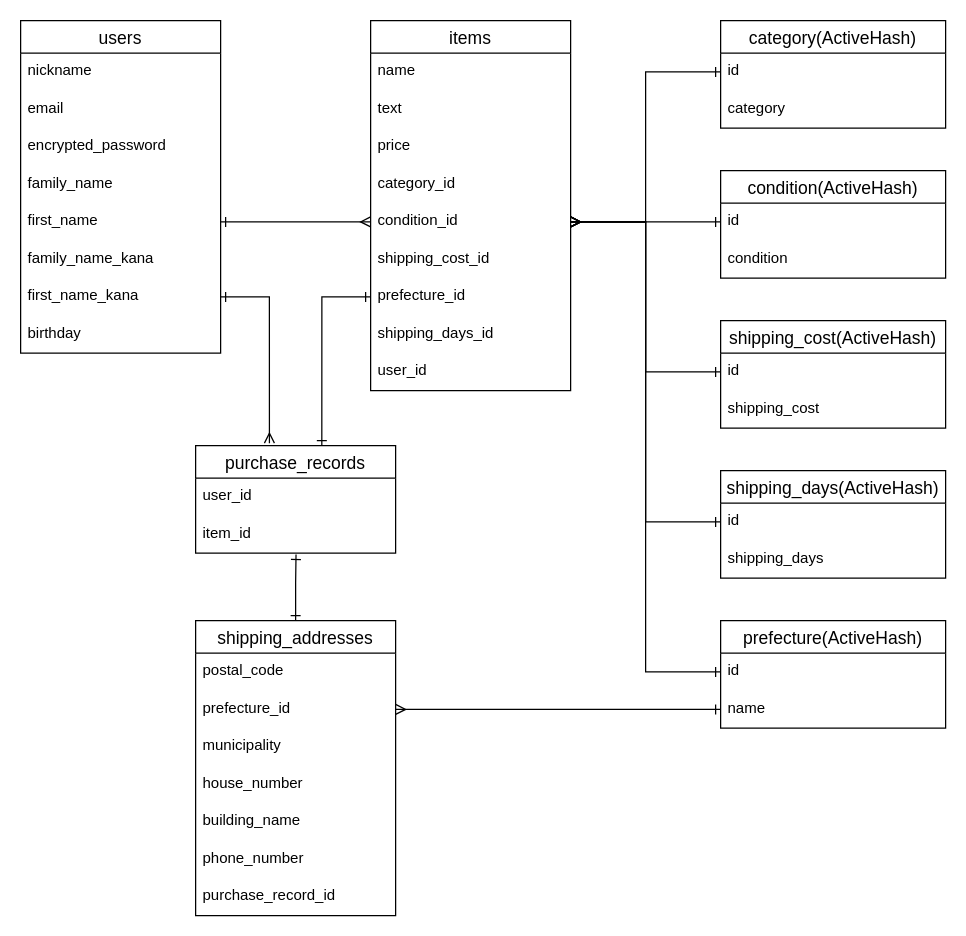
This is furima-36586.dio from Kana-Ma/furima-36586, a draw.io file, before an edit. Source tidied: cells renumbered, new cells numbered last; positions are measured from the earlier drawing's top-left corner, leaving out a move shared by most shapes. Both pictures are drawn from the tidied source at 125%, with x=0, y=0 at pixel (20, 20).
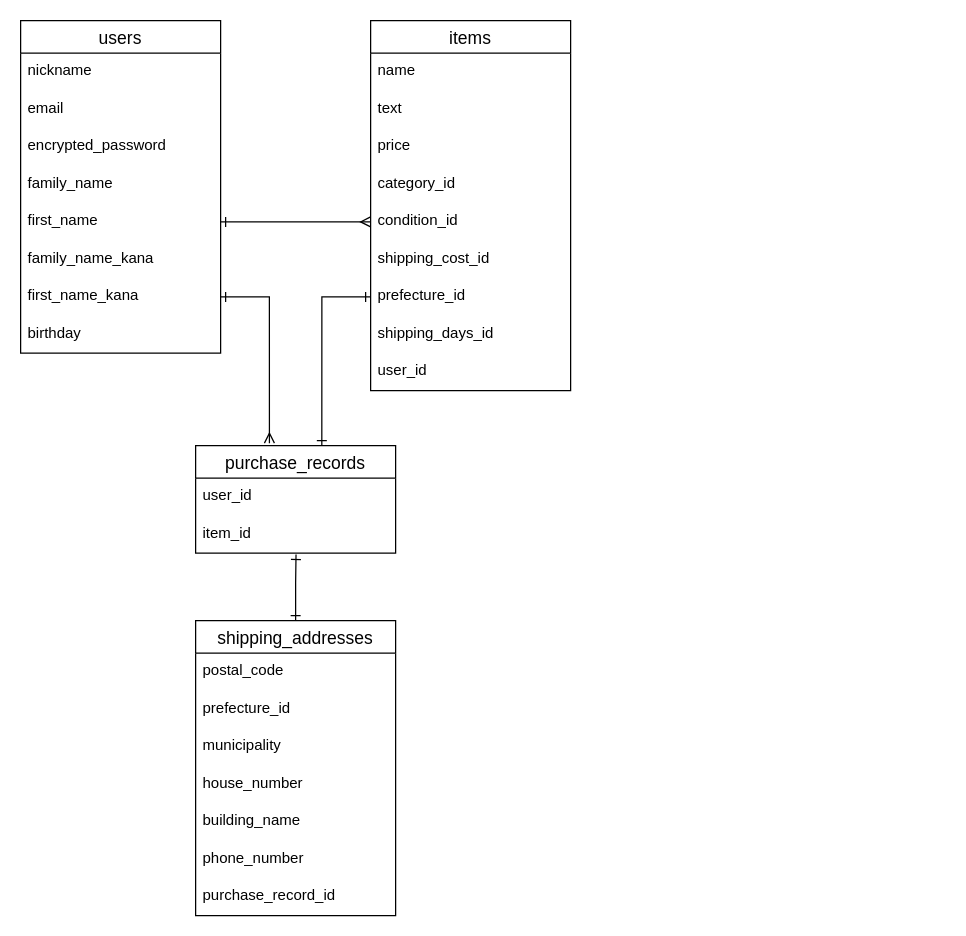
Above is the later version.

Commit message (it also covers changes not shown here):
READMEとER図を修正

The change refers to these unchanged cells:
```xml
<mxCell id="16" value="condition_id" style="text;strokeColor=none;fillColor=none;spacingLeft=4;spacingRight=4;overflow=hidden;points=[[0,0.5],[1,0.5]];portConstraint=eastwest;fontSize=12;" parent="11" vertex="1">
  <mxGeometry y="146" width="160" height="30" as="geometry" />
</mxCell>
<mxCell id="28" value="prefecture_id" style="text;strokeColor=none;fillColor=none;spacingLeft=4;spacingRight=4;overflow=hidden;points=[[0,0.5],[1,0.5]];portConstraint=eastwest;fontSize=12;" parent="26" vertex="1">
  <mxGeometry y="56" width="160" height="30" as="geometry" />
</mxCell>
```

Diff of the diagram source:
```diff
@@
-    <mxCell id="34" value="prefecture(ActiveHash)" style="swimlane;fontStyle=0;horizontal=1;startSize=26;align=center;fontSize=14;" parent="1" vertex="1">
-      <mxGeometry x="560" y="480" width="180" height="86" as="geometry" />
-    </mxCell>
-    <mxCell id="35" value="id" style="text;strokeColor=none;fillColor=none;spacingLeft=4;spacingRight=4;overflow=hidden;points=[[0,0.5],[1,0.5]];portConstraint=eastwest;fontSize=12;" parent="34" vertex="1">
-      <mxGeometry y="26" width="180" height="30" as="geometry" />
-    </mxCell>
-    <mxCell id="36" value="name" style="text;strokeColor=none;fillColor=none;spacingLeft=4;spacingRight=4;overflow=hidden;points=[[0,0.5],[1,0.5]];portConstraint=eastwest;fontSize=12;" parent="34" vertex="1">
-      <mxGeometry y="56" width="180" height="30" as="geometry" />
-    </mxCell>
-    <mxCell id="37" value="category(ActiveHash)" style="swimlane;fontStyle=0;horizontal=1;startSize=26;align=center;fontSize=14;" parent="1" vertex="1">
-      <mxGeometry x="560" width="180" height="86" as="geometry" />
-    </mxCell>
-    <mxCell id="38" value="id" style="text;strokeColor=none;fillColor=none;spacingLeft=4;spacingRight=4;overflow=hidden;points=[[0,0.5],[1,0.5]];portConstraint=eastwest;fontSize=12;" parent="37" vertex="1">
-      <mxGeometry y="26" width="180" height="30" as="geometry" />
-    </mxCell>
-    <mxCell id="39" value="category" style="text;strokeColor=none;fillColor=none;spacingLeft=4;spacingRight=4;overflow=hidden;fontSize=12;" parent="37" vertex="1">
-      <mxGeometry y="56" width="180" height="30" as="geometry" />
-    </mxCell>
-    <mxCell id="40" value="condition(ActiveHash)" style="swimlane;fontStyle=0;horizontal=1;startSize=26;align=center;fontSize=14;" parent="1" vertex="1">
-      <mxGeometry x="560" y="120" width="180" height="86" as="geometry" />
-    </mxCell>
-    <mxCell id="41" value="id" style="text;strokeColor=none;fillColor=none;spacingLeft=4;spacingRight=4;overflow=hidden;points=[[0,0.5],[1,0.5]];portConstraint=eastwest;fontSize=12;" parent="40" vertex="1">
-      <mxGeometry y="26" width="180" height="30" as="geometry" />
-    </mxCell>
-    <mxCell id="42" value="condition" style="text;strokeColor=none;fillColor=none;spacingLeft=4;spacingRight=4;overflow=hidden;fontSize=12;" parent="40" vertex="1">
-      <mxGeometry y="56" width="180" height="30" as="geometry" />
-    </mxCell>
-    <mxCell id="43" value="shipping_cost(ActiveHash)" style="swimlane;fontStyle=0;horizontal=1;startSize=26;align=center;fontSize=14;" parent="1" vertex="1">
-      <mxGeometry x="560" y="240" width="180" height="86" as="geometry" />
-    </mxCell>
-    <mxCell id="44" value="id" style="text;strokeColor=none;fillColor=none;spacingLeft=4;spacingRight=4;overflow=hidden;points=[[0,0.5],[1,0.5]];portConstraint=eastwest;fontSize=12;" parent="43" vertex="1">
-      <mxGeometry y="26" width="180" height="30" as="geometry" />
-    </mxCell>
-    <mxCell id="45" value="shipping_cost" style="text;strokeColor=none;fillColor=none;spacingLeft=4;spacingRight=4;overflow=hidden;fontSize=12;" parent="43" vertex="1">
-      <mxGeometry y="56" width="180" height="30" as="geometry" />
-    </mxCell>
-    <mxCell id="46" value="shipping_days(ActiveHash)" style="swimlane;fontStyle=0;horizontal=1;startSize=26;align=center;fontSize=14;" parent="1" vertex="1">
-      <mxGeometry x="560" y="360" width="180" height="86" as="geometry" />
-    </mxCell>
-    <mxCell id="47" value="id" style="text;strokeColor=none;fillColor=none;spacingLeft=4;spacingRight=4;overflow=hidden;points=[[0,0.5],[1,0.5]];portConstraint=eastwest;fontSize=12;" parent="46" vertex="1">
-      <mxGeometry y="26" width="180" height="30" as="geometry" />
-    </mxCell>
-    <mxCell id="48" value="shipping_days" style="text;strokeColor=none;fillColor=none;spacingLeft=4;spacingRight=4;overflow=hidden;fontSize=12;" parent="46" vertex="1">
-      <mxGeometry y="56" width="180" height="30" as="geometry" />
-    </mxCell>
@@
-    <mxCell id="51" style="edgeStyle=orthogonalEdgeStyle;rounded=0;jettySize=auto;html=1;exitX=0;exitY=0.5;exitDx=0;exitDy=0;entryX=1;entryY=0.5;entryDx=0;entryDy=0;startArrow=ERone;startFill=0;endArrow=ERmany;endFill=0;" parent="1" edge="1" source="41" target="16">
-      <mxGeometry relative="1" as="geometry" />
-    </mxCell>
-    <mxCell id="52" style="edgeStyle=orthogonalEdgeStyle;rounded=0;jettySize=auto;html=1;exitX=0;exitY=0.5;exitDx=0;exitDy=0;entryX=1;entryY=0.5;entryDx=0;entryDy=0;startArrow=ERone;startFill=0;endArrow=ERmany;endFill=0;" parent="1" edge="1" source="38" target="16">
-      <mxGeometry relative="1" as="geometry" />
-    </mxCell>
-    <mxCell id="53" style="edgeStyle=orthogonalEdgeStyle;rounded=0;jettySize=auto;html=1;exitX=0;exitY=0.5;exitDx=0;exitDy=0;entryX=1;entryY=0.5;entryDx=0;entryDy=0;startArrow=ERone;startFill=0;endArrow=ERmany;endFill=0;" parent="1" edge="1" source="44" target="16">
-      <mxGeometry relative="1" as="geometry" />
-    </mxCell>
-    <mxCell id="54" style="edgeStyle=orthogonalEdgeStyle;rounded=0;jettySize=auto;html=1;exitX=0;exitY=0.5;exitDx=0;exitDy=0;entryX=1;entryY=0.5;entryDx=0;entryDy=0;startArrow=ERone;startFill=0;endArrow=ERmany;endFill=0;" parent="1" edge="1" source="47" target="16">
-      <mxGeometry relative="1" as="geometry" />
-    </mxCell>
-    <mxCell id="55" style="edgeStyle=orthogonalEdgeStyle;rounded=0;jettySize=auto;html=1;exitX=0;exitY=0.5;exitDx=0;exitDy=0;entryX=1;entryY=0.5;entryDx=0;entryDy=0;startArrow=ERone;startFill=0;endArrow=ERmany;endFill=0;" parent="1" edge="1" source="35" target="16">
-      <mxGeometry relative="1" as="geometry" />
-    </mxCell>
-    <mxCell id="56" style="edgeStyle=orthogonalEdgeStyle;rounded=0;jettySize=auto;html=1;exitX=0;exitY=0.5;exitDx=0;exitDy=0;entryX=1;entryY=0.5;entryDx=0;entryDy=0;startArrow=ERone;startFill=0;endArrow=ERmany;endFill=0;" parent="1" edge="1" source="36" target="28">
-      <mxGeometry relative="1" as="geometry" />
-    </mxCell>
```
